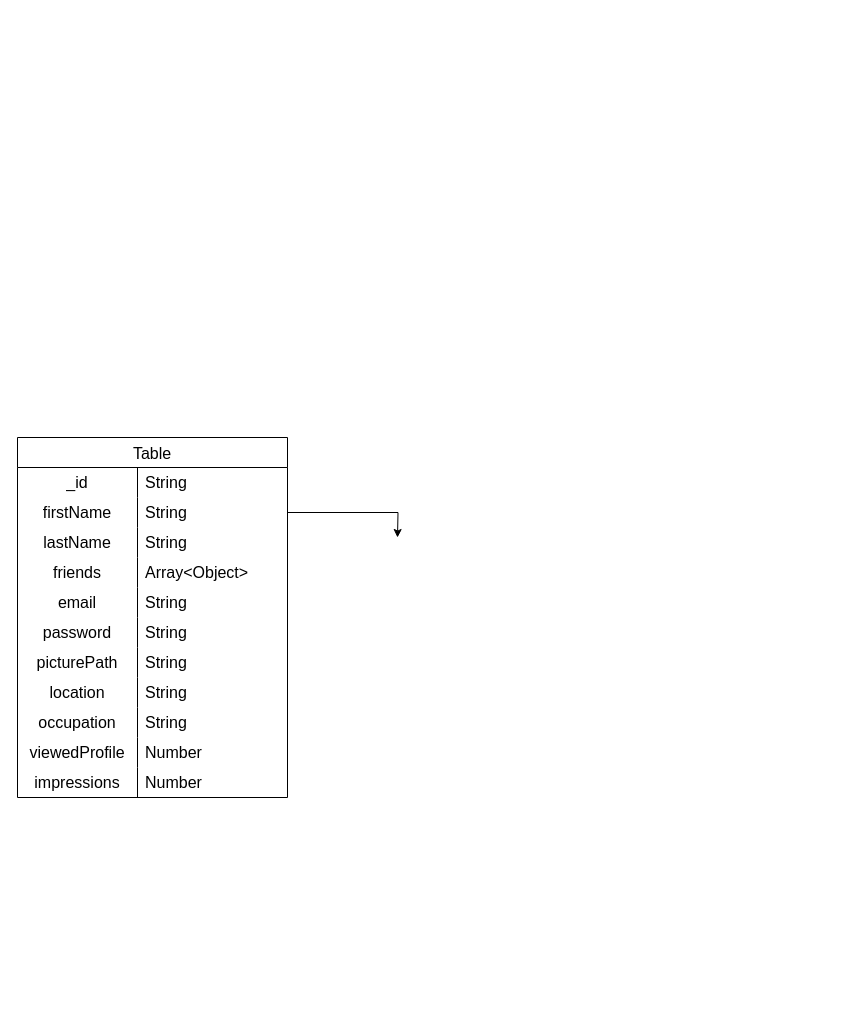
Above: Untitled Diagram.drawio in YazanAlkhalil/SnowSociety- (draw.io), before the change. Source tidied: cells renumbered, new cells numbered last; positions are measured from the earlier drawing's top-left corner, leaving out a move shared by most shapes. Both pictures are drawn from the tidied source at 100%, with x=0, y=0 at pixel (17, 437).
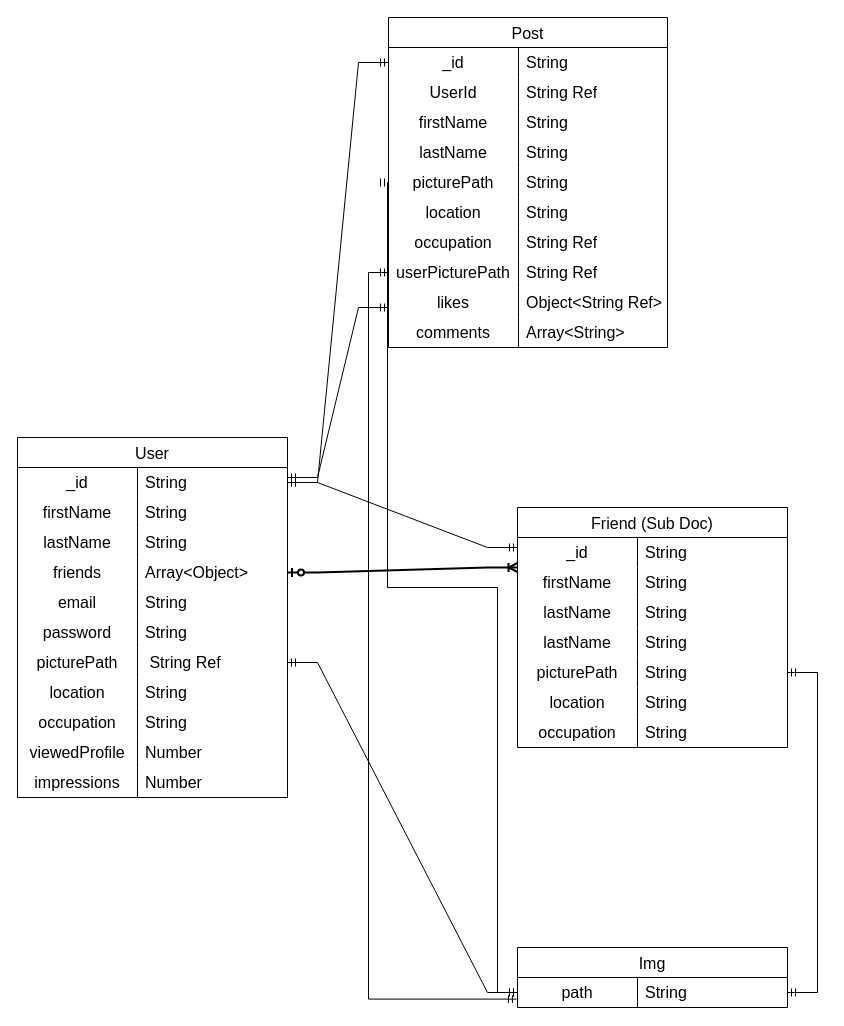
After the change.

The change refers to these unchanged cells:
```xml
<mxCell id="3" style="shape=tableRow;horizontal=0;startSize=0;swimlaneHead=0;swimlaneBody=0;top=0;left=0;bottom=0;right=0;fillColor=none;points=[[0,0.5],[1,0.5]];portConstraint=eastwest;strokeColor=inherit;fontSize=16;" parent="2" vertex="1">
  <mxGeometry y="30" width="270" height="30" as="geometry" />
</mxCell>
<mxCell id="6" style="shape=tableRow;horizontal=0;startSize=0;swimlaneHead=0;swimlaneBody=0;top=0;left=0;bottom=0;right=0;fillColor=none;points=[[0,0.5],[1,0.5]];portConstraint=eastwest;strokeColor=inherit;fontSize=16;" parent="2" vertex="1">
  <mxGeometry y="60" width="270" height="30" as="geometry" />
</mxCell>
<mxCell id="12" style="shape=tableRow;horizontal=0;startSize=0;swimlaneHead=0;swimlaneBody=0;top=0;left=0;bottom=0;right=0;fillColor=none;points=[[0,0.5],[1,0.5]];portConstraint=eastwest;strokeColor=inherit;fontSize=16;" parent="2" vertex="1">
  <mxGeometry y="120" width="270" height="30" as="geometry" />
</mxCell>
<mxCell id="21" style="shape=tableRow;horizontal=0;startSize=0;swimlaneHead=0;swimlaneBody=0;top=0;left=0;bottom=0;right=0;fillColor=none;points=[[0,0.5],[1,0.5]];portConstraint=eastwest;strokeColor=inherit;fontSize=16;" parent="2" vertex="1">
  <mxGeometry y="210" width="270" height="30" as="geometry" />
</mxCell>
```

What changed in the source:
```diff
@@
-    <mxCell id="2" value="Table" style="shape=table;startSize=30;childLayout=tableLayout;rowLines=0;fontStyle=0;strokeColor=default;fontSize=16;" parent="1" vertex="1">
+    <mxCell id="2" value="User" style="shape=table;startSize=30;childLayout=tableLayout;rowLines=0;fontStyle=0;strokeColor=default;fontSize=16;" parent="1" vertex="1">
       <mxGeometry width="270" height="360" as="geometry" />
     </mxCell>
@@
-    <mxCell id="23" value="String" style="shape=partialRectangle;html=1;whiteSpace=wrap;fillColor=none;top=0;left=0;bottom=0;right=0;align=left;spacingLeft=6;overflow=hidden;strokeColor=inherit;fontSize=16;" parent="21" vertex="1">
+    <mxCell id="23" value="&amp;nbsp;String Ref" style="shape=partialRectangle;html=1;whiteSpace=wrap;fillColor=none;top=0;left=0;bottom=0;right=0;align=left;spacingLeft=6;overflow=hidden;strokeColor=inherit;fontSize=16;" parent="21" vertex="1">
       <mxGeometry x="120" width="150" height="30" as="geometry" />
     </mxCell>
@@
-    <mxCell id="36" style="edgeStyle=orthogonalEdgeStyle;rounded=0;jettySize=auto;html=1;exitX=1;exitY=0.5;exitDx=0;exitDy=0;" parent="1" edge="1" source="6">
-      <mxGeometry relative="1" as="geometry">
-        <mxPoint x="380" y="100" as="targetPoint" />
-      </mxGeometry>
-    </mxCell>
+    <mxCell id="37" value="Friend (Sub Doc)" style="shape=table;startSize=30;childLayout=tableLayout;rowLines=0;fontStyle=0;strokeColor=default;fontSize=16;" parent="1" vertex="1">
+      <mxGeometry x="500" y="70" width="270" height="240" as="geometry" />
+    </mxCell>
+    <mxCell id="38" style="shape=tableRow;horizontal=0;startSize=0;swimlaneHead=0;swimlaneBody=0;top=0;left=0;bottom=0;right=0;fillColor=none;strokeColor=inherit;fontSize=16;" parent="37" vertex="1">
+      <mxGeometry y="30" width="270" height="30" as="geometry" />
+    </mxCell>
+    <mxCell id="39" value="_id" style="shape=partialRectangle;html=1;whiteSpace=wrap;fillColor=none;top=0;left=0;bottom=0;right=0;overflow=hidden;strokeColor=inherit;fontSize=16;" parent="38" vertex="1">
+      <mxGeometry width="120" height="30" as="geometry" />
+    </mxCell>
+    <mxCell id="40" value="String" style="shape=partialRectangle;html=1;whiteSpace=wrap;fillColor=none;top=0;left=0;bottom=0;right=0;align=left;spacingLeft=6;overflow=hidden;strokeColor=inherit;fontSize=16;" parent="38" vertex="1">
+      <mxGeometry x="120" width="150" height="30" as="geometry" />
+    </mxCell>
+    <mxCell id="41" style="shape=tableRow;horizontal=0;startSize=0;swimlaneHead=0;swimlaneBody=0;top=0;left=0;bottom=0;right=0;fillColor=none;strokeColor=inherit;fontSize=16;" parent="37" vertex="1">
+      <mxGeometry y="60" width="270" height="30" as="geometry" />
+    </mxCell>
+    <mxCell id="42" value="firstName" style="shape=partialRectangle;html=1;whiteSpace=wrap;fillColor=none;top=0;left=0;bottom=0;right=0;overflow=hidden;strokeColor=inherit;fontSize=16;" parent="41" vertex="1">
+      <mxGeometry width="120" height="30" as="geometry" />
+    </mxCell>
+    <mxCell id="43" value="String" style="shape=partialRectangle;html=1;whiteSpace=wrap;fillColor=none;top=0;left=0;bottom=0;right=0;align=left;spacingLeft=6;overflow=hidden;strokeColor=inherit;fontSize=16;" parent="41" vertex="1">
+      <mxGeometry x="120" width="150" height="30" as="geometry" />
+    </mxCell>
+    <mxCell id="44" style="shape=tableRow;horizontal=0;startSize=0;swimlaneHead=0;swimlaneBody=0;top=0;left=0;bottom=0;right=0;fillColor=none;strokeColor=inherit;fontSize=16;" parent="37" vertex="1">
+      <mxGeometry y="90" width="270" height="30" as="geometry" />
+    </mxCell>
+    <mxCell id="45" value="lastName" style="shape=partialRectangle;html=1;whiteSpace=wrap;fillColor=none;top=0;left=0;bottom=0;right=0;overflow=hidden;strokeColor=inherit;fontSize=16;" parent="44" vertex="1">
+      <mxGeometry width="120" height="30" as="geometry" />
+    </mxCell>
+    <mxCell id="46" value="String" style="shape=partialRectangle;html=1;whiteSpace=wrap;fillColor=none;top=0;left=0;bottom=0;right=0;align=left;spacingLeft=6;overflow=hidden;strokeColor=inherit;fontSize=16;" parent="44" vertex="1">
+      <mxGeometry x="120" width="150" height="30" as="geometry" />
+    </mxCell>
+    <mxCell id="47" style="shape=tableRow;horizontal=0;startSize=0;swimlaneHead=0;swimlaneBody=0;top=0;left=0;bottom=0;right=0;fillColor=none;strokeColor=inherit;fontSize=16;" parent="37" vertex="1">
+      <mxGeometry y="120" width="270" height="30" as="geometry" />
+    </mxCell>
+    <mxCell id="48" value="lastName" style="shape=partialRectangle;html=1;whiteSpace=wrap;fillColor=none;top=0;left=0;bottom=0;right=0;overflow=hidden;strokeColor=inherit;fontSize=16;" parent="47" vertex="1">
+      <mxGeometry width="120" height="30" as="geometry" />
+    </mxCell>
+    <mxCell id="49" value="String" style="shape=partialRectangle;html=1;whiteSpace=wrap;fillColor=none;top=0;left=0;bottom=0;right=0;align=left;spacingLeft=6;overflow=hidden;strokeColor=inherit;fontSize=16;" parent="47" vertex="1">
+      <mxGeometry x="120" width="150" height="30" as="geometry" />
+    </mxCell>
+    <mxCell id="50" style="shape=tableRow;horizontal=0;startSize=0;swimlaneHead=0;swimlaneBody=0;top=0;left=0;bottom=0;right=0;fillColor=none;points=[[0,0.5],[1,0.5]];portConstraint=eastwest;strokeColor=inherit;fontSize=16;" parent="37" vertex="1">
+      <mxGeometry y="150" width="270" height="30" as="geometry" />
+    </mxCell>
+    <mxCell id="51" value="picturePath" style="shape=partialRectangle;html=1;whiteSpace=wrap;fillColor=none;top=0;left=0;bottom=0;right=0;overflow=hidden;strokeColor=inherit;fontSize=16;" parent="50" vertex="1">
+      <mxGeometry width="120" height="30" as="geometry" />
+    </mxCell>
+    <mxCell id="52" value="String" style="shape=partialRectangle;html=1;whiteSpace=wrap;fillColor=none;top=0;left=0;bottom=0;right=0;align=left;spacingLeft=6;overflow=hidden;strokeColor=inherit;fontSize=16;" parent="50" vertex="1">
+      <mxGeometry x="120" width="150" height="30" as="geometry" />
+    </mxCell>
+    <mxCell id="53" style="shape=tableRow;horizontal=0;startSize=0;swimlaneHead=0;swimlaneBody=0;top=0;left=0;bottom=0;right=0;fillColor=none;strokeColor=inherit;fontSize=16;" parent="37" vertex="1">
+      <mxGeometry y="180" width="270" height="30" as="geometry" />
+    </mxCell>
+    <mxCell id="54" value="location" style="shape=partialRectangle;html=1;whiteSpace=wrap;fillColor=none;top=0;left=0;bottom=0;right=0;overflow=hidden;strokeColor=inherit;fontSize=16;" parent="53" vertex="1">
+      <mxGeometry width="120" height="30" as="geometry" />
+    </mxCell>
+    <mxCell id="55" value="String" style="shape=partialRectangle;html=1;whiteSpace=wrap;fillColor=none;top=0;left=0;bottom=0;right=0;align=left;spacingLeft=6;overflow=hidden;strokeColor=inherit;fontSize=16;" parent="53" vertex="1">
+      <mxGeometry x="120" width="150" height="30" as="geometry" />
+    </mxCell>
+    <mxCell id="56" style="shape=tableRow;horizontal=0;startSize=0;swimlaneHead=0;swimlaneBody=0;top=0;left=0;bottom=0;right=0;fillColor=none;strokeColor=inherit;fontSize=16;" parent="37" vertex="1">
+      <mxGeometry y="210" width="270" height="30" as="geometry" />
+    </mxCell>
+    <mxCell id="57" value="occupation" style="shape=partialRectangle;html=1;whiteSpace=wrap;fillColor=none;top=0;left=0;bottom=0;right=0;overflow=hidden;strokeColor=inherit;fontSize=16;" parent="56" vertex="1">
+      <mxGeometry width="120" height="30" as="geometry" />
+    </mxCell>
+    <mxCell id="58" value="String" style="shape=partialRectangle;html=1;whiteSpace=wrap;fillColor=none;top=0;left=0;bottom=0;right=0;align=left;spacingLeft=6;overflow=hidden;strokeColor=inherit;fontSize=16;" parent="56" vertex="1">
+      <mxGeometry x="120" width="150" height="30" as="geometry" />
+    </mxCell>
+    <mxCell id="59" style="edgeStyle=entityRelationEdgeStyle;fontSize=12;html=1;endArrow=ERoneToMany;startArrow=ERzeroToOne;rounded=0;entryX=0;entryY=0.5;entryDx=0;entryDy=0;exitX=1;exitY=0.5;exitDx=0;exitDy=0;strokeWidth=2;" parent="1" edge="1" source="12">
+      <mxGeometry relative="1" as="geometry">
+        <mxPoint x="500" y="130" as="targetPoint" />
+      </mxGeometry>
+    </mxCell>
+    <mxCell id="60" value="Post" style="shape=table;startSize=30;childLayout=tableLayout;rowLines=0;fontStyle=0;strokeColor=default;fontSize=16;" parent="1" vertex="1">
+      <mxGeometry x="371" y="-420" width="279" height="330" as="geometry" />
+    </mxCell>
+    <mxCell id="61" style="shape=tableRow;horizontal=0;startSize=0;swimlaneHead=0;swimlaneBody=0;top=0;left=0;bottom=0;right=0;fillColor=none;points=[[0,0.5],[1,0.5]];portConstraint=eastwest;strokeColor=inherit;fontSize=16;" parent="60" vertex="1">
+      <mxGeometry y="30" width="279" height="30" as="geometry" />
+    </mxCell>
+    <mxCell id="62" value="_id" style="shape=partialRectangle;html=1;whiteSpace=wrap;fillColor=none;top=0;left=0;bottom=0;right=0;overflow=hidden;strokeColor=inherit;fontSize=16;" parent="61" vertex="1">
+      <mxGeometry width="130" height="30" as="geometry" />
+    </mxCell>
+    <mxCell id="63" value="String" style="shape=partialRectangle;html=1;whiteSpace=wrap;fillColor=none;top=0;left=0;bottom=0;right=0;align=left;spacingLeft=6;overflow=hidden;strokeColor=inherit;fontSize=16;" parent="61" vertex="1">
+      <mxGeometry x="130" width="149" height="30" as="geometry" />
+    </mxCell>
+    <mxCell id="64" style="shape=tableRow;horizontal=0;startSize=0;swimlaneHead=0;swimlaneBody=0;top=0;left=0;bottom=0;right=0;fillColor=none;strokeColor=inherit;fontSize=16;" parent="60" vertex="1">
+      <mxGeometry y="60" width="279" height="30" as="geometry" />
+    </mxCell>
+    <mxCell id="65" value="UserId" style="shape=partialRectangle;html=1;whiteSpace=wrap;fillColor=none;top=0;left=0;bottom=0;right=0;overflow=hidden;strokeColor=inherit;fontSize=16;" parent="64" vertex="1">
+      <mxGeometry width="130" height="30" as="geometry" />
+    </mxCell>
+    <mxCell id="66" value="String Ref" style="shape=partialRectangle;html=1;whiteSpace=wrap;fillColor=none;top=0;left=0;bottom=0;right=0;align=left;spacingLeft=6;overflow=hidden;strokeColor=inherit;fontSize=16;" parent="64" vertex="1">
+      <mxGeometry x="130" width="149" height="30" as="geometry" />
+    </mxCell>
+    <mxCell id="67" style="shape=tableRow;horizontal=0;startSize=0;swimlaneHead=0;swimlaneBody=0;top=0;left=0;bottom=0;right=0;fillColor=none;strokeColor=inherit;fontSize=16;" parent="60" vertex="1">
+      <mxGeometry y="90" width="279" height="30" as="geometry" />
+    </mxCell>
+    <mxCell id="68" value="firstName" style="shape=partialRectangle;html=1;whiteSpace=wrap;fillColor=none;top=0;left=0;bottom=0;right=0;overflow=hidden;strokeColor=inherit;fontSize=16;" parent="67" vertex="1">
+      <mxGeometry width="130" height="30" as="geometry" />
+    </mxCell>
+    <mxCell id="69" value="String" style="shape=partialRectangle;html=1;whiteSpace=wrap;fillColor=none;top=0;left=0;bottom=0;right=0;align=left;spacingLeft=6;overflow=hidden;strokeColor=inherit;fontSize=16;" parent="67" vertex="1">
+      <mxGeometry x="130" width="149" height="30" as="geometry" />
+    </mxCell>
+    <mxCell id="70" style="shape=tableRow;horizontal=0;startSize=0;swimlaneHead=0;swimlaneBody=0;top=0;left=0;bottom=0;right=0;fillColor=none;strokeColor=inherit;fontSize=16;" parent="60" vertex="1">
+      <mxGeometry y="120" width="279" height="30" as="geometry" />
+    </mxCell>
+    <mxCell id="71" value="lastName" style="shape=partialRectangle;html=1;whiteSpace=wrap;fillColor=none;top=0;left=0;bottom=0;right=0;overflow=hidden;strokeColor=inherit;fontSize=16;" parent="70" vertex="1">
+      <mxGeometry width="130" height="30" as="geometry" />
+    </mxCell>
+    <mxCell id="72" value="String" style="shape=partialRectangle;html=1;whiteSpace=wrap;fillColor=none;top=0;left=0;bottom=0;right=0;align=left;spacingLeft=6;overflow=hidden;strokeColor=inherit;fontSize=16;" parent="70" vertex="1">
+      <mxGeometry x="130" width="149" height="30" as="geometry" />
+    </mxCell>
+    <mxCell id="73" style="shape=tableRow;horizontal=0;startSize=0;swimlaneHead=0;swimlaneBody=0;top=0;left=0;bottom=0;right=0;fillColor=none;points=[[0,0.5],[1,0.5]];portConstraint=eastwest;strokeColor=inherit;fontSize=16;" parent="60" vertex="1">
+      <mxGeometry y="150" width="279" height="30" as="geometry" />
+    </mxCell>
+    <mxCell id="74" value="picturePath" style="shape=partialRectangle;html=1;whiteSpace=wrap;fillColor=none;top=0;left=0;bottom=0;right=0;overflow=hidden;strokeColor=inherit;fontSize=16;" parent="73" vertex="1">
+      <mxGeometry width="130" height="30" as="geometry" />
+    </mxCell>
+    <mxCell id="75" value="String" style="shape=partialRectangle;html=1;whiteSpace=wrap;fillColor=none;top=0;left=0;bottom=0;right=0;align=left;spacingLeft=6;overflow=hidden;strokeColor=inherit;fontSize=16;" parent="73" vertex="1">
+      <mxGeometry x="130" width="149" height="30" as="geometry" />
+    </mxCell>
+    <mxCell id="76" style="shape=tableRow;horizontal=0;startSize=0;swimlaneHead=0;swimlaneBody=0;top=0;left=0;bottom=0;right=0;fillColor=none;strokeColor=inherit;fontSize=16;" parent="60" vertex="1">
+      <mxGeometry y="180" width="279" height="30" as="geometry" />
+    </mxCell>
+    <mxCell id="77" value="location" style="shape=partialRectangle;html=1;whiteSpace=wrap;fillColor=none;top=0;left=0;bottom=0;right=0;overflow=hidden;strokeColor=inherit;fontSize=16;" parent="76" vertex="1">
+      <mxGeometry width="130" height="30" as="geometry" />
+    </mxCell>
+    <mxCell id="78" value="String" style="shape=partialRectangle;html=1;whiteSpace=wrap;fillColor=none;top=0;left=0;bottom=0;right=0;align=left;spacingLeft=6;overflow=hidden;strokeColor=inherit;fontSize=16;" parent="76" vertex="1">
+      <mxGeometry x="130" width="149" height="30" as="geometry" />
+    </mxCell>
+    <mxCell id="79" style="shape=tableRow;horizontal=0;startSize=0;swimlaneHead=0;swimlaneBody=0;top=0;left=0;bottom=0;right=0;fillColor=none;strokeColor=inherit;fontSize=16;" parent="60" vertex="1">
+      <mxGeometry y="210" width="279" height="30" as="geometry" />
+    </mxCell>
+    <mxCell id="80" value="occupation" style="shape=partialRectangle;html=1;whiteSpace=wrap;fillColor=none;top=0;left=0;bottom=0;right=0;overflow=hidden;strokeColor=inherit;fontSize=16;" parent="79" vertex="1">
+      <mxGeometry width="130" height="30" as="geometry" />
+    </mxCell>
+    <mxCell id="81" value="String Ref" style="shape=partialRectangle;html=1;whiteSpace=wrap;fillColor=none;top=0;left=0;bottom=0;right=0;align=left;spacingLeft=6;overflow=hidden;strokeColor=inherit;fontSize=16;" parent="79" vertex="1">
+      <mxGeometry x="130" width="149" height="30" as="geometry" />
+    </mxCell>
+    <mxCell id="82" style="shape=tableRow;horizontal=0;startSize=0;swimlaneHead=0;swimlaneBody=0;top=0;left=0;bottom=0;right=0;fillColor=none;points=[[0,0.5],[1,0.5]];portConstraint=eastwest;strokeColor=inherit;fontSize=16;" parent="60" vertex="1">
+      <mxGeometry y="240" width="279" height="30" as="geometry" />
+    </mxCell>
+    <mxCell id="83" value="userPicturePath" style="shape=partialRectangle;html=1;whiteSpace=wrap;fillColor=none;top=0;left=0;bottom=0;right=0;overflow=hidden;strokeColor=inherit;fontSize=16;" parent="82" vertex="1">
+      <mxGeometry width="130" height="30" as="geometry" />
+    </mxCell>
+    <mxCell id="84" value="String Ref" style="shape=partialRectangle;html=1;whiteSpace=wrap;fillColor=none;top=0;left=0;bottom=0;right=0;align=left;spacingLeft=6;overflow=hidden;strokeColor=inherit;fontSize=16;" parent="82" vertex="1">
+      <mxGeometry x="130" width="149" height="30" as="geometry" />
+    </mxCell>
+    <mxCell id="85" style="shape=tableRow;horizontal=0;startSize=0;swimlaneHead=0;swimlaneBody=0;top=0;left=0;bottom=0;right=0;fillColor=none;strokeColor=inherit;fontSize=16;" parent="60" vertex="1">
+      <mxGeometry y="270" width="279" height="30" as="geometry" />
+    </mxCell>
+    <mxCell id="86" value="likes" style="shape=partialRectangle;html=1;whiteSpace=wrap;fillColor=none;top=0;left=0;bottom=0;right=0;overflow=hidden;strokeColor=inherit;fontSize=16;" parent="85" vertex="1">
+      <mxGeometry width="130" height="30" as="geometry" />
+    </mxCell>
+    <mxCell id="87" value="Object&amp;lt;String Ref&amp;gt;" style="shape=partialRectangle;html=1;whiteSpace=wrap;fillColor=none;top=0;left=0;bottom=0;right=0;align=left;spacingLeft=6;overflow=hidden;strokeColor=inherit;fontSize=16;" parent="85" vertex="1">
+      <mxGeometry x="130" width="149" height="30" as="geometry" />
+    </mxCell>
+    <mxCell id="88" style="shape=tableRow;horizontal=0;startSize=0;swimlaneHead=0;swimlaneBody=0;top=0;left=0;bottom=0;right=0;fillColor=none;strokeColor=inherit;fontSize=16;" parent="60" vertex="1">
+      <mxGeometry y="300" width="279" height="30" as="geometry" />
+    </mxCell>
+    <mxCell id="89" value="comments" style="shape=partialRectangle;html=1;whiteSpace=wrap;fillColor=none;top=0;left=0;bottom=0;right=0;overflow=hidden;strokeColor=inherit;fontSize=16;" parent="88" vertex="1">
+      <mxGeometry width="130" height="30" as="geometry" />
+    </mxCell>
+    <mxCell id="90" value="Array&amp;lt;String&amp;gt;" style="shape=partialRectangle;html=1;whiteSpace=wrap;fillColor=none;top=0;left=0;bottom=0;right=0;align=left;spacingLeft=6;overflow=hidden;strokeColor=inherit;fontSize=16;" parent="88" vertex="1">
+      <mxGeometry x="130" width="149" height="30" as="geometry" />
+    </mxCell>
+    <mxCell id="91" style="edgeStyle=entityRelationEdgeStyle;fontSize=12;html=1;endArrow=ERmandOne;startArrow=ERmandOne;rounded=0;entryX=0;entryY=0.5;entryDx=0;entryDy=0;exitX=1;exitY=0.5;exitDx=0;exitDy=0;" parent="1" edge="1" source="3" target="61">
+      <mxGeometry relative="1" as="geometry" />
+    </mxCell>
+    <mxCell id="92" value="Img" style="shape=table;startSize=30;childLayout=tableLayout;rowLines=0;fontStyle=0;strokeColor=default;fontSize=16;" parent="1" vertex="1">
+      <mxGeometry x="500" y="510" width="270" height="60" as="geometry" />
+    </mxCell>
+    <mxCell id="93" style="shape=tableRow;horizontal=0;startSize=0;swimlaneHead=0;swimlaneBody=0;top=0;left=0;bottom=0;right=0;fillColor=none;points=[[0,0.5],[1,0.5]];portConstraint=eastwest;strokeColor=inherit;fontSize=16;" parent="92" vertex="1">
+      <mxGeometry y="30" width="270" height="30" as="geometry" />
+    </mxCell>
+    <mxCell id="94" value="path" style="shape=partialRectangle;html=1;whiteSpace=wrap;fillColor=none;top=0;left=0;bottom=0;right=0;overflow=hidden;strokeColor=inherit;fontSize=16;" parent="93" vertex="1">
+      <mxGeometry width="120" height="30" as="geometry" />
+    </mxCell>
+    <mxCell id="95" value="String" style="shape=partialRectangle;html=1;whiteSpace=wrap;fillColor=none;top=0;left=0;bottom=0;right=0;align=left;spacingLeft=6;overflow=hidden;strokeColor=inherit;fontSize=16;" parent="93" vertex="1">
+      <mxGeometry x="120" width="150" height="30" as="geometry" />
+    </mxCell>
+    <mxCell id="96" style="edgeStyle=entityRelationEdgeStyle;fontSize=12;html=1;endArrow=ERmandOne;startArrow=ERmandOne;rounded=0;exitX=1;exitY=0.5;exitDx=0;exitDy=0;" parent="1" edge="1" source="3">
+      <mxGeometry relative="1" as="geometry">
+        <mxPoint x="500" y="110" as="targetPoint" />
+      </mxGeometry>
+    </mxCell>
+    <mxCell id="97" style="edgeStyle=entityRelationEdgeStyle;fontSize=12;html=1;endArrow=ERmandOne;startArrow=ERmandOne;rounded=0;entryX=0;entryY=0.5;entryDx=0;entryDy=0;exitX=1;exitY=0.5;exitDx=0;exitDy=0;" parent="1" edge="1" source="21" target="93">
+      <mxGeometry relative="1" as="geometry" />
+    </mxCell>
+    <mxCell id="98" style="edgeStyle=entityRelationEdgeStyle;fontSize=12;html=1;endArrow=ERmandOne;startArrow=ERmandOne;rounded=0;entryX=1;entryY=0.5;entryDx=0;entryDy=0;exitX=1;exitY=0.5;exitDx=0;exitDy=0;" parent="1" edge="1" source="93" target="50">
+      <mxGeometry relative="1" as="geometry" />
+    </mxCell>
+    <mxCell id="99" style="edgeStyle=entityRelationEdgeStyle;fontSize=12;html=1;endArrow=ERmandOne;startArrow=ERmandOne;rounded=0;" parent="1" edge="1">
+      <mxGeometry relative="1" as="geometry">
+        <mxPoint x="270" y="40" as="sourcePoint" />
+        <mxPoint x="371" y="-130" as="targetPoint" />
+      </mxGeometry>
+    </mxCell>
+    <mxCell id="100" style="edgeStyle=orthogonalEdgeStyle;rounded=0;jettySize=auto;html=1;exitX=0;exitY=0.5;exitDx=0;exitDy=0;entryX=-0.004;entryY=0.72;entryDx=0;entryDy=0;entryPerimeter=0;endArrow=ERmandOne;endFill=0;startArrow=ERmandOne;startFill=0;" parent="1" edge="1" source="82" target="93">
+      <mxGeometry relative="1" as="geometry" />
+    </mxCell>
+    <mxCell id="101" style="edgeStyle=orthogonalEdgeStyle;rounded=0;jettySize=auto;html=1;endArrow=ERmandOne;endFill=0;startArrow=ERmandOne;startFill=0;" parent="1" edge="1" source="73" target="93">
+      <mxGeometry relative="1" as="geometry">
+        <Array as="points">
+          <mxPoint x="370" y="-255" />
+          <mxPoint x="370" y="150" />
+          <mxPoint x="480" y="150" />
+          <mxPoint x="480" y="555" />
+        </Array>
+      </mxGeometry>
+    </mxCell>
```
